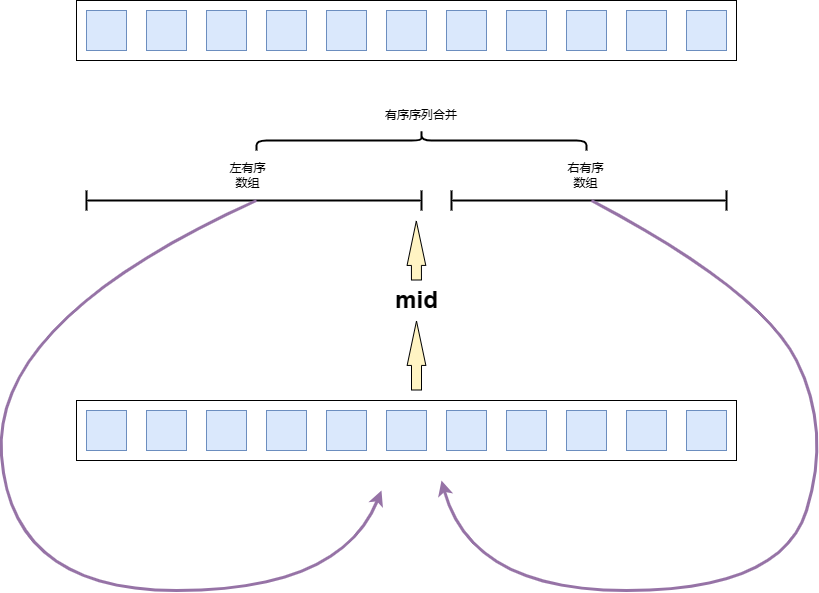
Earlier version of the draw.io export 基础理论学习/数据结构/资源/归并排序.drawio.png (AliceAuto/AliceAuto.github.io). Source tidied: cells renumbered, new cells last; positions are measured from the earlier drawing's top-left corner, leaving out a move shared by most shapes.
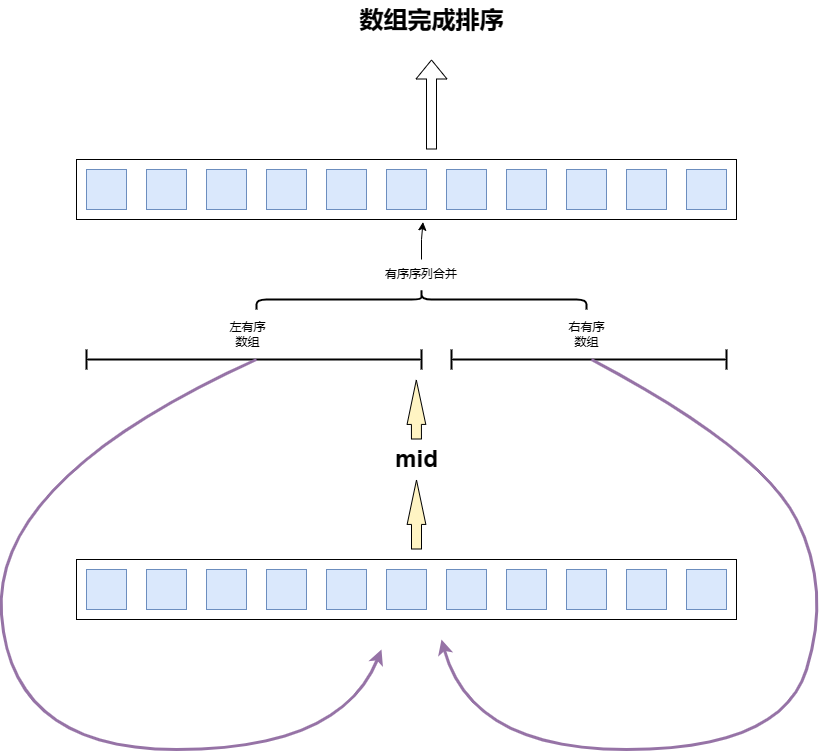
After the commit.

Commit message:
更新归并排序.drawio.png

Diff of the diagram source:
```diff
@@ -128,5 +128,17 @@
         </Array>
       </mxGeometry>
     </mxCell>
+    <mxCell id="37" style="edgeStyle=orthogonalEdgeStyle;rounded=0;jettySize=auto;html=1;entryX=0.525;entryY=1.043;entryDx=0;entryDy=0;entryPerimeter=0;" parent="1" edge="1" source="34" target="21">
+      <mxGeometry relative="1" as="geometry" />
+    </mxCell>
+    <mxCell id="38" style="shape=flexArrow;endArrow=classic;html=1;rounded=0;" parent="1" edge="1">
+      <mxGeometry relative="1" as="geometry">
+        <mxPoint x="440" y="15" as="sourcePoint" />
+        <mxPoint x="440" y="-75" as="targetPoint" />
+      </mxGeometry>
+    </mxCell>
+    <mxCell id="39" value="数组完成排序" style="text;strokeColor=none;fillColor=none;html=1;fontSize=24;fontStyle=1;verticalAlign=middle;align=center;" parent="1" vertex="1">
+      <mxGeometry x="390" y="-134" width="100" height="40" as="geometry" />
+    </mxCell>
   </root>
 </mxGraphModel>
```
